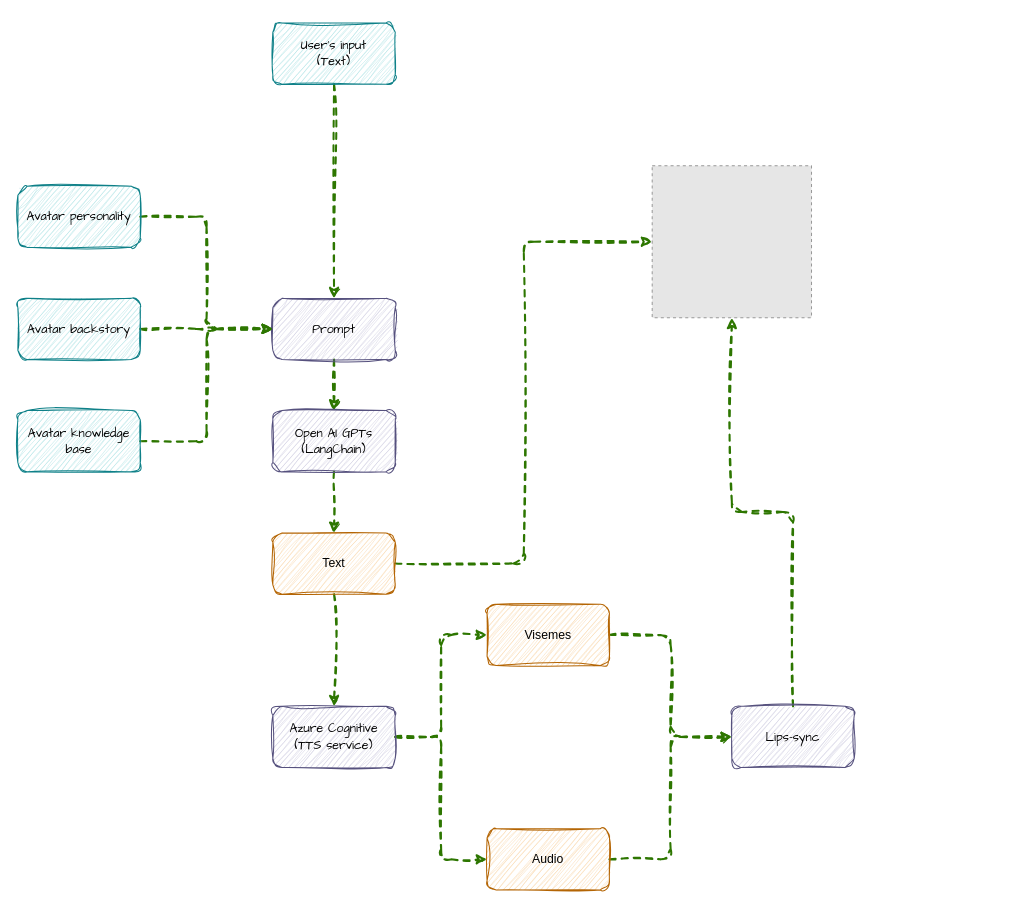
asanchezyali/ai-avatar keeps this draw.io diagram as public/images/architecture.drawio. Above is the earlier version. Source tidied: cells renumbered, new cells numbered last; positions are measured from the earlier drawing's top-left corner, leaving out a move shared by most shapes. Both pictures are drawn from the tidied source at 102%, with x=0, y=0 at pixel (17, 22). Pictures stored in the file or linked from it are replaced by grey dashed boxes.
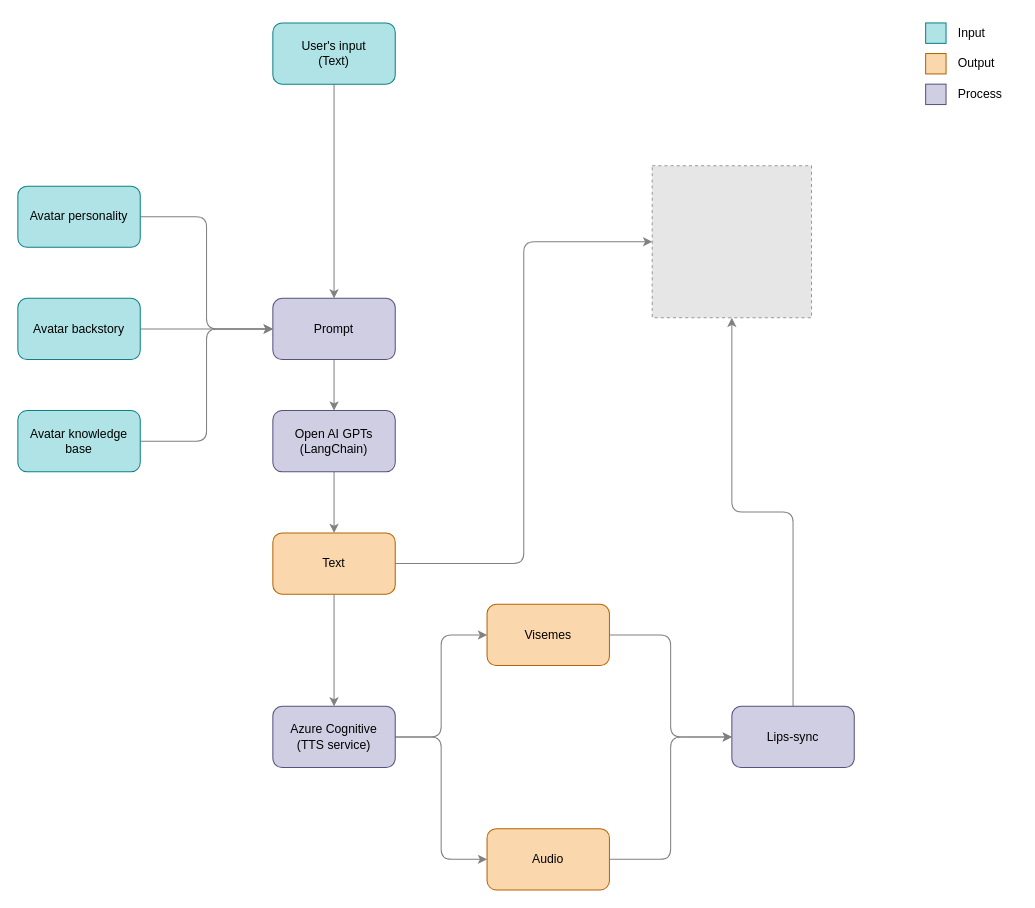
The same page after the edit.

The edit, as a diff of the source:
```diff
@@
-    <mxCell id="2" style="edgeStyle=orthogonalEdgeStyle;jettySize=auto;html=1;entryX=0.5;entryY=0;entryDx=0;entryDy=0;shadow=0;fillColor=#60a917;strokeColor=#2D7600;dashed=1;strokeWidth=2;sketch=1;curveFitting=1;jiggle=2;rounded=1;" parent="1" edge="1" source="3" target="12">
+    <mxCell id="2" style="edgeStyle=orthogonalEdgeStyle;jettySize=auto;html=1;entryX=0.5;entryY=0;entryDx=0;entryDy=0;shadow=0;fillColor=#60a917;strokeColor=#808080;strokeWidth=1;rounded=1;fontFamily=Helvetica;" parent="1" edge="1" source="3" target="12">
       <mxGeometry relative="1" as="geometry" />
     </mxCell>
-    <mxCell id="3" value="&lt;font face=&quot;Comic Sans MS&quot;&gt;User's input&lt;br&gt;(Text)&lt;/font&gt;" style="rounded=1;whiteSpace=wrap;html=1;fillColor=#b0e3e6;strokeColor=#0e8088;shadow=0;sketch=1;curveFitting=1;jiggle=2;" parent="1" vertex="1">
+    <mxCell id="3" value="&lt;font&gt;User's input&lt;br&gt;(Text)&lt;/font&gt;" style="rounded=1;whiteSpace=wrap;html=1;fillColor=#b0e3e6;strokeColor=#0e8088;shadow=0;fontFamily=Helvetica;" parent="1" vertex="1">
       <mxGeometry x="250" width="120" height="60" as="geometry" />
     </mxCell>
-    <mxCell id="4" style="edgeStyle=orthogonalEdgeStyle;jettySize=auto;html=1;entryX=0;entryY=0.5;entryDx=0;entryDy=0;shadow=0;fillColor=#60a917;strokeColor=#2D7600;dashed=1;strokeWidth=2;sketch=1;curveFitting=1;jiggle=2;rounded=1;" parent="1" edge="1" source="6" target="10">
+    <mxCell id="4" style="edgeStyle=orthogonalEdgeStyle;jettySize=auto;html=1;entryX=0;entryY=0.5;entryDx=0;entryDy=0;shadow=0;fillColor=#60a917;strokeColor=#808080;strokeWidth=1;rounded=1;fontFamily=Helvetica;" parent="1" edge="1" source="6" target="10">
       <mxGeometry relative="1" as="geometry" />
     </mxCell>
-    <mxCell id="5" style="edgeStyle=orthogonalEdgeStyle;jettySize=auto;html=1;entryX=0;entryY=0.5;entryDx=0;entryDy=0;fillColor=#60a917;strokeColor=#2D7600;dashed=1;strokeWidth=2;sketch=1;curveFitting=1;jiggle=2;rounded=1;" parent="1" edge="1" source="6" target="8">
+    <mxCell id="5" style="edgeStyle=orthogonalEdgeStyle;jettySize=auto;html=1;entryX=0;entryY=0.5;entryDx=0;entryDy=0;fillColor=#60a917;strokeColor=#808080;strokeWidth=1;rounded=1;fontFamily=Helvetica;" parent="1" edge="1" source="6" target="8">
       <mxGeometry relative="1" as="geometry" />
     </mxCell>
-    <mxCell id="6" value="&lt;font face=&quot;Comic Sans MS&quot;&gt;Azure Cognitive&lt;br&gt;(TTS service)&lt;/font&gt;" style="rounded=1;whiteSpace=wrap;html=1;fillColor=#d0cee2;strokeColor=#56517e;shadow=0;sketch=1;curveFitting=1;jiggle=2;" parent="1" vertex="1">
+    <mxCell id="6" value="&lt;font&gt;Azure Cognitive&lt;br&gt;(TTS service)&lt;/font&gt;" style="rounded=1;whiteSpace=wrap;html=1;fillColor=#d0cee2;strokeColor=#56517e;shadow=0;fontFamily=Helvetica;" parent="1" vertex="1">
       <mxGeometry x="250" y="670" width="120" height="60" as="geometry" />
     </mxCell>
-    <mxCell id="7" style="edgeStyle=orthogonalEdgeStyle;jettySize=auto;html=1;entryX=0;entryY=0.5;entryDx=0;entryDy=0;shadow=0;fillColor=#60a917;strokeColor=#2D7600;dashed=1;strokeWidth=2;sketch=1;curveFitting=1;jiggle=2;rounded=1;" parent="1" edge="1" source="8" target="23">
+    <mxCell id="7" style="edgeStyle=orthogonalEdgeStyle;jettySize=auto;html=1;entryX=0;entryY=0.5;entryDx=0;entryDy=0;shadow=0;fillColor=#60a917;strokeColor=#808080;strokeWidth=1;rounded=1;fontFamily=Helvetica;" parent="1" edge="1" source="8" target="23">
       <mxGeometry relative="1" as="geometry" />
     </mxCell>
-    <mxCell id="8" value="Audio" style="rounded=1;whiteSpace=wrap;html=1;fillColor=#fad7ac;strokeColor=#b46504;shadow=0;sketch=1;curveFitting=1;jiggle=2;" parent="1" vertex="1">
+    <mxCell id="8" value="Audio" style="rounded=1;whiteSpace=wrap;html=1;fillColor=#fad7ac;strokeColor=#b46504;shadow=0;fontFamily=Helvetica;" parent="1" vertex="1">
       <mxGeometry x="460" y="790" width="120" height="60" as="geometry" />
     </mxCell>
-    <mxCell id="9" style="edgeStyle=orthogonalEdgeStyle;jettySize=auto;html=1;entryX=0;entryY=0.5;entryDx=0;entryDy=0;fillColor=#60a917;strokeColor=#2D7600;dashed=1;strokeWidth=2;sketch=1;curveFitting=1;jiggle=2;rounded=1;" parent="1" edge="1" source="10" target="23">
+    <mxCell id="9" style="edgeStyle=orthogonalEdgeStyle;jettySize=auto;html=1;entryX=0;entryY=0.5;entryDx=0;entryDy=0;fillColor=#60a917;strokeColor=#808080;strokeWidth=1;rounded=1;fontFamily=Helvetica;" parent="1" edge="1" source="10" target="23">
       <mxGeometry relative="1" as="geometry" />
     </mxCell>
-    <mxCell id="10" value="Visemes" style="rounded=1;whiteSpace=wrap;html=1;fillColor=#fad7ac;strokeColor=#b46504;shadow=0;sketch=1;curveFitting=1;jiggle=2;" parent="1" vertex="1">
+    <mxCell id="10" value="Visemes" style="rounded=1;whiteSpace=wrap;html=1;fillColor=#fad7ac;strokeColor=#b46504;shadow=0;fontFamily=Helvetica;" parent="1" vertex="1">
       <mxGeometry x="460" y="570" width="120" height="60" as="geometry" />
     </mxCell>
-    <mxCell id="11" style="edgeStyle=orthogonalEdgeStyle;jettySize=auto;html=1;fillColor=#60a917;strokeColor=#2D7600;dashed=1;strokeWidth=2;sketch=1;curveFitting=1;jiggle=2;rounded=1;" parent="1" edge="1" source="12" target="20">
+    <mxCell id="11" style="edgeStyle=orthogonalEdgeStyle;jettySize=auto;html=1;fillColor=#60a917;strokeColor=#808080;strokeWidth=1;rounded=1;fontFamily=Helvetica;" parent="1" edge="1" source="12" target="20">
       <mxGeometry relative="1" as="geometry" />
     </mxCell>
-    <mxCell id="12" value="&lt;font face=&quot;Comic Sans MS&quot;&gt;Prompt&lt;br&gt;&lt;/font&gt;" style="rounded=1;whiteSpace=wrap;html=1;fillColor=#d0cee2;strokeColor=#56517e;shadow=0;sketch=1;curveFitting=1;jiggle=2;" parent="1" vertex="1">
+    <mxCell id="12" value="&lt;font&gt;Prompt&lt;br&gt;&lt;/font&gt;" style="rounded=1;whiteSpace=wrap;html=1;fillColor=#d0cee2;strokeColor=#56517e;shadow=0;fontFamily=Helvetica;" parent="1" vertex="1">
       <mxGeometry x="250" y="270" width="120" height="60" as="geometry" />
     </mxCell>
-    <mxCell id="13" style="edgeStyle=orthogonalEdgeStyle;jettySize=auto;html=1;entryX=0;entryY=0.5;entryDx=0;entryDy=0;shadow=0;fillColor=#60a917;strokeColor=#2D7600;dashed=1;strokeWidth=2;sketch=1;curveFitting=1;jiggle=2;rounded=1;" parent="1" edge="1" source="14" target="12">
+    <mxCell id="13" style="edgeStyle=orthogonalEdgeStyle;jettySize=auto;html=1;entryX=0;entryY=0.5;entryDx=0;entryDy=0;shadow=0;fillColor=#60a917;strokeColor=#808080;strokeWidth=1;rounded=1;fontFamily=Helvetica;" parent="1" edge="1" source="14" target="12">
       <mxGeometry relative="1" as="geometry" />
     </mxCell>
-    <mxCell id="14" value="&lt;font face=&quot;Comic Sans MS&quot;&gt;Avatar personality&lt;/font&gt;" style="rounded=1;whiteSpace=wrap;html=1;fillColor=#b0e3e6;strokeColor=#0e8088;shadow=0;sketch=1;curveFitting=1;jiggle=2;" parent="1" vertex="1">
+    <mxCell id="14" value="&lt;font&gt;Avatar personality&lt;/font&gt;" style="rounded=1;whiteSpace=wrap;html=1;fillColor=#b0e3e6;strokeColor=#0e8088;shadow=0;fontFamily=Helvetica;" parent="1" vertex="1">
       <mxGeometry y="160" width="120" height="60" as="geometry" />
     </mxCell>
-    <mxCell id="15" style="edgeStyle=orthogonalEdgeStyle;jettySize=auto;html=1;shadow=0;fillColor=#60a917;strokeColor=#2D7600;dashed=1;strokeWidth=2;sketch=1;curveFitting=1;jiggle=2;rounded=1;" parent="1" edge="1" source="16">
+    <mxCell id="15" style="edgeStyle=orthogonalEdgeStyle;jettySize=auto;html=1;shadow=0;fillColor=#60a917;strokeColor=#808080;strokeWidth=1;rounded=1;fontFamily=Helvetica;" parent="1" edge="1" source="16">
       <mxGeometry relative="1" as="geometry">
         <mxPoint x="250" y="300" as="targetPoint" />
       </mxGeometry>
     </mxCell>
-    <mxCell id="16" value="&lt;font face=&quot;Comic Sans MS&quot;&gt;Avatar backstory&lt;/font&gt;" style="rounded=1;whiteSpace=wrap;html=1;fillColor=#b0e3e6;strokeColor=#0e8088;shadow=0;sketch=1;curveFitting=1;jiggle=2;" parent="1" vertex="1">
+    <mxCell id="16" value="&lt;font&gt;Avatar backstory&lt;/font&gt;" style="rounded=1;whiteSpace=wrap;html=1;fillColor=#b0e3e6;strokeColor=#0e8088;shadow=0;fontFamily=Helvetica;" parent="1" vertex="1">
       <mxGeometry y="270" width="120" height="60" as="geometry" />
     </mxCell>
-    <mxCell id="17" style="edgeStyle=orthogonalEdgeStyle;jettySize=auto;html=1;entryX=0;entryY=0.5;entryDx=0;entryDy=0;shadow=0;fillColor=#60a917;strokeColor=#2D7600;dashed=1;strokeWidth=2;sketch=1;curveFitting=1;jiggle=2;rounded=1;" parent="1" edge="1" source="18" target="12">
+    <mxCell id="17" style="edgeStyle=orthogonalEdgeStyle;jettySize=auto;html=1;entryX=0;entryY=0.5;entryDx=0;entryDy=0;shadow=0;fillColor=#60a917;strokeColor=#808080;strokeWidth=1;rounded=1;fontFamily=Helvetica;" parent="1" edge="1" source="18" target="12">
       <mxGeometry relative="1" as="geometry" />
     </mxCell>
-    <mxCell id="18" value="&lt;font face=&quot;Comic Sans MS&quot;&gt;Avatar knowledge base&lt;/font&gt;" style="rounded=1;whiteSpace=wrap;html=1;fillColor=#b0e3e6;strokeColor=#0e8088;shadow=0;sketch=1;curveFitting=1;jiggle=2;" parent="1" vertex="1">
+    <mxCell id="18" value="&lt;font&gt;Avatar knowledge base&lt;/font&gt;" style="rounded=1;whiteSpace=wrap;html=1;fillColor=#b0e3e6;strokeColor=#0e8088;shadow=0;fontFamily=Helvetica;" parent="1" vertex="1">
       <mxGeometry y="380" width="120" height="60" as="geometry" />
     </mxCell>
-    <mxCell id="19" style="edgeStyle=orthogonalEdgeStyle;jettySize=auto;html=1;entryX=0.5;entryY=0;entryDx=0;entryDy=0;fillColor=#60a917;strokeColor=#2D7600;dashed=1;strokeWidth=2;sketch=1;curveFitting=1;jiggle=2;rounded=1;" parent="1" edge="1" source="20" target="26">
+    <mxCell id="19" style="edgeStyle=orthogonalEdgeStyle;jettySize=auto;html=1;entryX=0.5;entryY=0;entryDx=0;entryDy=0;fillColor=#60a917;strokeColor=#808080;strokeWidth=1;rounded=1;fontFamily=Helvetica;" parent="1" edge="1" source="20" target="26">
       <mxGeometry relative="1" as="geometry" />
     </mxCell>
-    <mxCell id="20" value="&lt;font face=&quot;Comic Sans MS&quot;&gt;Open AI GPTs&lt;br&gt;(LangChain)&lt;br&gt;&lt;/font&gt;" style="rounded=1;whiteSpace=wrap;html=1;fillColor=#d0cee2;strokeColor=#56517e;shadow=0;sketch=1;curveFitting=1;jiggle=2;" parent="1" vertex="1">
+    <mxCell id="20" value="&lt;font&gt;Open AI GPTs&lt;br&gt;(LangChain)&lt;br&gt;&lt;/font&gt;" style="rounded=1;whiteSpace=wrap;html=1;fillColor=#d0cee2;strokeColor=#56517e;shadow=0;fontFamily=Helvetica;" parent="1" vertex="1">
       <mxGeometry x="250" y="380" width="120" height="60" as="geometry" />
     </mxCell>
-    <mxCell id="21" style="fillColor=#E6E6E6;strokeColor=#999999;dashed=1;verticalLabelPosition=bottom;labelBackgroundColor=default;verticalAlign=top;" parent="1" vertex="1">
+    <mxCell id="21" style="fillColor=#E6E6E6;strokeColor=#999999;dashed=1;verticalLabelPosition=bottom;labelBackgroundColor=default;verticalAlign=top;fontFamily=Helvetica;" parent="1" vertex="1">
       <mxGeometry x="621.9" y="140" width="156.2" height="149" as="geometry" />
     </mxCell>
-    <mxCell id="22" style="edgeStyle=orthogonalEdgeStyle;jettySize=auto;html=1;fillColor=#60a917;strokeColor=#2D7600;dashed=1;strokeWidth=2;sketch=1;curveFitting=1;jiggle=2;rounded=1;" parent="1" edge="1" source="23" target="21">
+    <mxCell id="22" style="edgeStyle=orthogonalEdgeStyle;jettySize=auto;html=1;fillColor=#60a917;strokeColor=#808080;strokeWidth=1;rounded=1;fontFamily=Helvetica;" parent="1" edge="1" source="23" target="21">
       <mxGeometry relative="1" as="geometry" />
     </mxCell>
-    <mxCell id="23" value="&lt;font face=&quot;Comic Sans MS&quot;&gt;Lips-sync&lt;/font&gt;" style="rounded=1;whiteSpace=wrap;html=1;fillColor=#d0cee2;strokeColor=#56517e;shadow=0;sketch=1;curveFitting=1;jiggle=2;" parent="1" vertex="1">
+    <mxCell id="23" value="&lt;font&gt;Lips-sync&lt;/font&gt;" style="rounded=1;whiteSpace=wrap;html=1;fillColor=#d0cee2;strokeColor=#56517e;shadow=0;fontFamily=Helvetica;" parent="1" vertex="1">
       <mxGeometry x="700" y="670" width="120" height="60" as="geometry" />
     </mxCell>
-    <mxCell id="24" style="edgeStyle=orthogonalEdgeStyle;jettySize=auto;html=1;entryX=0.5;entryY=0;entryDx=0;entryDy=0;fillColor=#60a917;strokeColor=#2D7600;dashed=1;strokeWidth=2;sketch=1;curveFitting=1;jiggle=2;rounded=1;" parent="1" edge="1" source="26" target="6">
+    <mxCell id="24" style="edgeStyle=orthogonalEdgeStyle;jettySize=auto;html=1;entryX=0.5;entryY=0;entryDx=0;entryDy=0;fillColor=#60a917;strokeColor=#808080;strokeWidth=1;rounded=1;fontFamily=Helvetica;" parent="1" edge="1" source="26" target="6">
       <mxGeometry relative="1" as="geometry" />
     </mxCell>
-    <mxCell id="25" style="edgeStyle=orthogonalEdgeStyle;jettySize=auto;html=1;entryX=0;entryY=0.5;entryDx=0;entryDy=0;fillColor=#60a917;strokeColor=#2D7600;dashed=1;strokeWidth=2;sketch=1;curveFitting=1;jiggle=2;rounded=1;" parent="1" edge="1" source="26" target="21">
+    <mxCell id="25" style="edgeStyle=orthogonalEdgeStyle;jettySize=auto;html=1;entryX=0;entryY=0.5;entryDx=0;entryDy=0;fillColor=#60a917;strokeColor=#808080;strokeWidth=1;rounded=1;fontFamily=Helvetica;" parent="1" edge="1" source="26" target="21">
       <mxGeometry relative="1" as="geometry" />
     </mxCell>
-    <mxCell id="26" value="Text" style="rounded=1;whiteSpace=wrap;html=1;fillColor=#fad7ac;strokeColor=#b46504;shadow=0;sketch=1;curveFitting=1;jiggle=2;" parent="1" vertex="1">
+    <mxCell id="26" value="Text" style="rounded=1;whiteSpace=wrap;html=1;fillColor=#fad7ac;strokeColor=#b46504;shadow=0;fontFamily=Helvetica;" parent="1" vertex="1">
       <mxGeometry x="250" y="500" width="120" height="60" as="geometry" />
     </mxCell>
+    <mxCell id="27" style="group;" parent="1" vertex="1">
+      <mxGeometry x="890" y="-5" width="90" height="90" as="geometry" />
+    </mxCell>
+    <mxCell id="28" style="rounded=0;whiteSpace=wrap;html=1;fillColor=#b0e3e6;strokeColor=#0e8088;" parent="27" vertex="1">
+      <mxGeometry y="5" width="20" height="20" as="geometry" />
+    </mxCell>
+    <mxCell id="29" value="Input" style="text;html=1;strokeColor=none;fillColor=none;align=left;verticalAlign=middle;whiteSpace=wrap;rounded=0;" parent="27" vertex="1">
+      <mxGeometry x="30" width="60" height="30" as="geometry" />
+    </mxCell>
+    <mxCell id="30" style="rounded=0;whiteSpace=wrap;html=1;fillColor=#fad7ac;strokeColor=#b46504;" parent="27" vertex="1">
+      <mxGeometry y="35" width="20" height="20" as="geometry" />
+    </mxCell>
+    <mxCell id="31" value="Output" style="text;html=1;strokeColor=none;fillColor=none;align=left;verticalAlign=middle;whiteSpace=wrap;rounded=0;" parent="27" vertex="1">
+      <mxGeometry x="30" y="30" width="60" height="30" as="geometry" />
+    </mxCell>
+    <mxCell id="32" style="rounded=0;whiteSpace=wrap;html=1;fillColor=#d0cee2;strokeColor=#56517e;" parent="27" vertex="1">
+      <mxGeometry y="65" width="20" height="20" as="geometry" />
+    </mxCell>
+    <mxCell id="33" value="Process" style="text;html=1;strokeColor=none;fillColor=none;align=left;verticalAlign=middle;whiteSpace=wrap;rounded=0;" parent="27" vertex="1">
+      <mxGeometry x="30" y="60" width="60" height="30" as="geometry" />
+    </mxCell>
```
